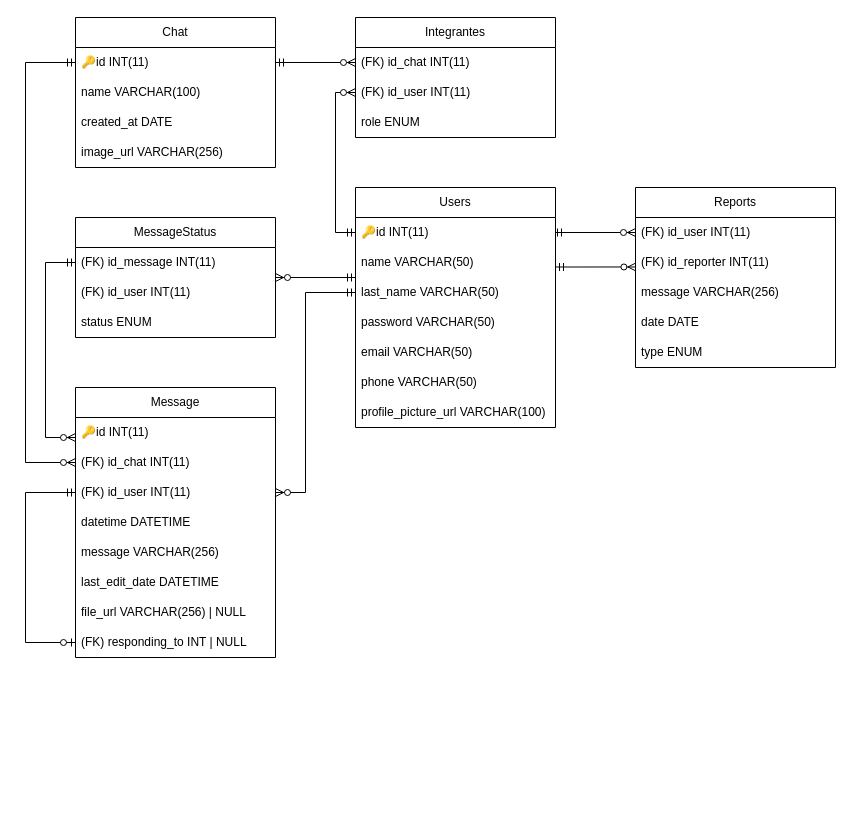
The draw.io diagram EsquemaRelacional.drawio in benjahuenchunir/React_Madrid_frontend, before the edit. Source tidied: cells renumbered, new cells numbered last; positions are measured from the earlier drawing's top-left corner, leaving out a move shared by most shapes. Both pictures are drawn from the tidied source at 100%, with x=0, y=0 at pixel (25, 17).
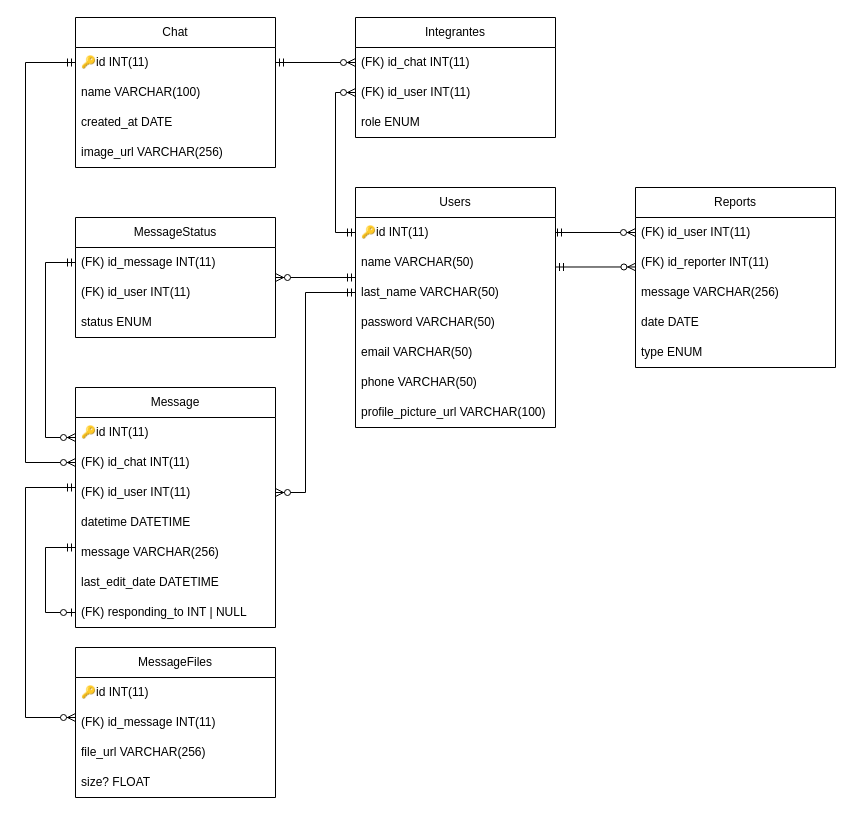
The same page after the edit.

Unchanged cells that the change refers to:
```xml
<mxCell id="28" value="(FK) id_user INT(11)" style="text;strokeColor=none;fillColor=none;align=left;verticalAlign=middle;spacingLeft=4;spacingRight=4;overflow=hidden;points=[[0,0.5],[1,0.5]];portConstraint=eastwest;whiteSpace=wrap;html=1;" parent="25" vertex="1">
  <mxGeometry y="90" width="200" height="30" as="geometry" />
</mxCell>
```

The edit, as a diff of the source:
```diff
@@
     <mxCell id="25" value="Message" style="swimlane;fontStyle=0;horizontal=1;startSize=30;whiteSpace=wrap;html=1;" parent="1" vertex="1">
-      <mxGeometry x="50" y="370" width="200" height="270" as="geometry" />
+      <mxGeometry x="50" y="370" width="200" height="240" as="geometry" />
     </mxCell>
@@
-    <mxCell id="32" value="file_url VARCHAR(256) | NULL" style="text;strokeColor=none;fillColor=none;align=left;verticalAlign=middle;spacingLeft=4;spacingRight=4;overflow=hidden;whiteSpace=wrap;html=1;" parent="25" vertex="1">
-      <mxGeometry y="210" width="200" height="30" as="geometry" />
-    </mxCell>
     <mxCell id="33" value="(FK) responding_to INT | NULL" style="text;strokeColor=none;fillColor=none;align=left;verticalAlign=middle;spacingLeft=4;spacingRight=4;overflow=hidden;points=[[0,0.5],[1,0.5]];portConstraint=eastwest;whiteSpace=wrap;html=1;" parent="25" vertex="1">
-      <mxGeometry y="240" width="200" height="30" as="geometry" />
+      <mxGeometry y="210" width="200" height="30" as="geometry" />
     </mxCell>
-    <mxCell id="34" style="edgeStyle=orthogonalEdgeStyle;fontSize=12;html=1;endArrow=ERzeroToOne;startArrow=ERmandOne;exitX=0;exitY=0.5;exitDx=0;exitDy=0;entryX=0;entryY=0.5;entryDx=0;entryDy=0;rounded=0;" parent="25" edge="1" source="28" target="33">
+    <mxCell id="34" style="edgeStyle=orthogonalEdgeStyle;fontSize=12;html=1;endArrow=ERzeroToOne;startArrow=ERmandOne;entryX=0;entryY=0.5;entryDx=0;entryDy=0;rounded=0;" parent="25" edge="1" target="33">
       <mxGeometry relative="1" as="geometry">
+        <mxPoint y="160" as="sourcePoint" />
         <Array as="points">
-          <mxPoint x="-50" y="105" />
-          <mxPoint x="-50" y="255" />
+          <mxPoint x="-30" y="160" />
+          <mxPoint x="-30" y="225" />
         </Array>
       </mxGeometry>
     </mxCell>
@@
+    <mxCell id="47" value="MessageFiles" style="swimlane;fontStyle=0;horizontal=1;startSize=30;whiteSpace=wrap;html=1;" parent="1" vertex="1">
+      <mxGeometry x="50" y="630" width="200" height="150" as="geometry" />
+    </mxCell>
+    <mxCell id="48" value="🔑id INT(11)" style="text;strokeColor=none;fillColor=none;align=left;verticalAlign=middle;spacingLeft=4;spacingRight=4;overflow=hidden;whiteSpace=wrap;html=1;" parent="47" vertex="1">
+      <mxGeometry y="30" width="200" height="30" as="geometry" />
+    </mxCell>
+    <mxCell id="49" value="(FK) id_message INT(11)" style="text;strokeColor=none;fillColor=none;align=left;verticalAlign=middle;spacingLeft=4;spacingRight=4;overflow=hidden;whiteSpace=wrap;html=1;" parent="47" vertex="1">
+      <mxGeometry y="60" width="200" height="30" as="geometry" />
+    </mxCell>
+    <mxCell id="50" value="file_url VARCHAR(256)" style="text;strokeColor=none;fillColor=none;align=left;verticalAlign=middle;spacingLeft=4;spacingRight=4;overflow=hidden;whiteSpace=wrap;html=1;" parent="47" vertex="1">
+      <mxGeometry y="90" width="200" height="30" as="geometry" />
+    </mxCell>
+    <mxCell id="51" value="size? FLOAT" style="text;strokeColor=none;fillColor=none;align=left;verticalAlign=middle;spacingLeft=4;spacingRight=4;overflow=hidden;whiteSpace=wrap;html=1;" parent="47" vertex="1">
+      <mxGeometry y="120" width="200" height="30" as="geometry" />
+    </mxCell>
+    <mxCell id="52" style="fontSize=12;html=1;endArrow=ERzeroToMany;startArrow=ERmandOne;rounded=0;strokeColor=default;edgeStyle=orthogonalEdgeStyle;elbow=vertical;exitX=0;exitY=0.5;exitDx=0;exitDy=0;" parent="1" edge="1">
+      <mxGeometry relative="1" as="geometry">
+        <mxPoint x="50" y="470" as="sourcePoint" />
+        <mxPoint x="50" y="700" as="targetPoint" />
+        <Array as="points">
+          <mxPoint y="470" />
+          <mxPoint y="700" />
+          <mxPoint x="50" y="700" />
+        </Array>
+      </mxGeometry>
+    </mxCell>
```
